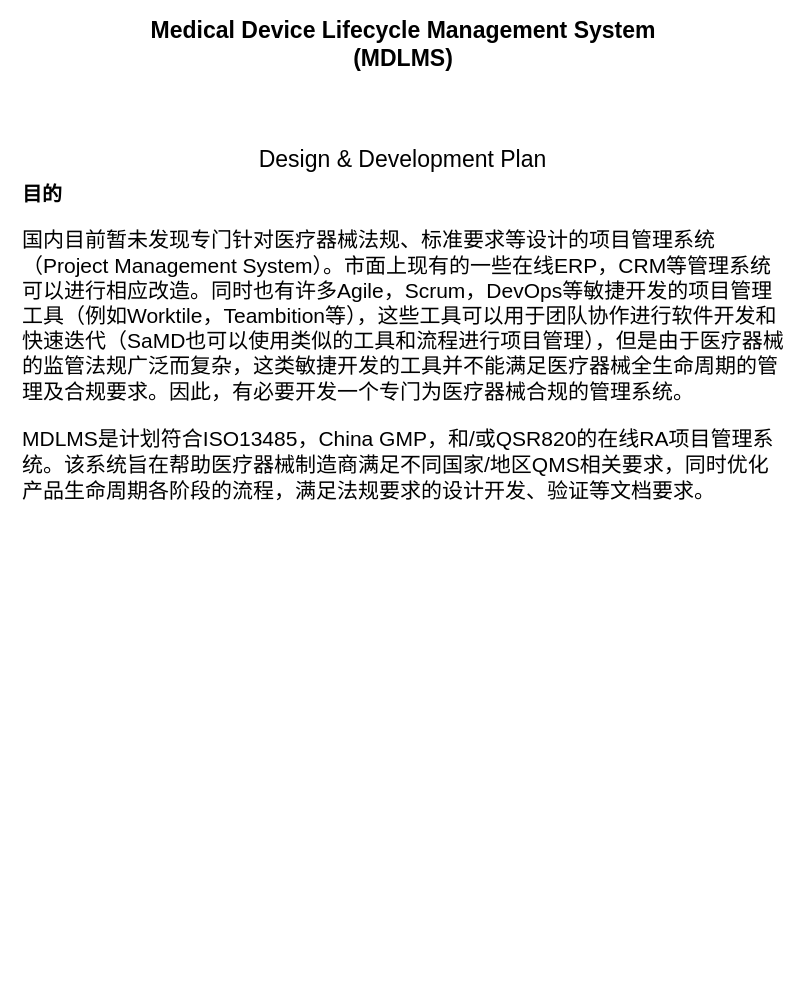
Above: page "Introduction" (1 of 2) of Full lifecycle.drawio in RASAAS/NMPAWORKFLOW (draw.io), before the change. Source tidied: cells renumbered, new cells numbered last; positions are measured from the earlier drawing's top-left corner, leaving out a move shared by most shapes. Both pictures are drawn from the tidied source at 100%, with x=0, y=0 at pixel (17, 39).
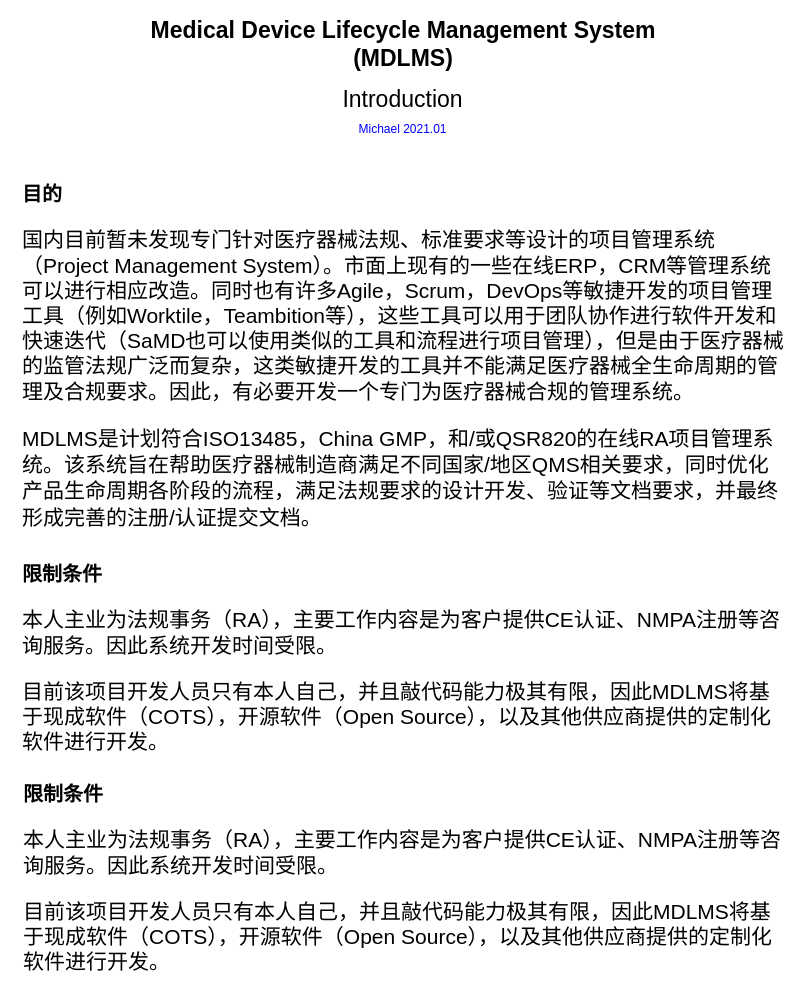
The same page after the edit.

Change to the diagram source:
```diff
@@
 <mxGraphModel>
   <root>
     <mxCell id="0" />
     <mxCell id="1" parent="0" />
     <mxCell id="2" value="Medical Device Lifecycle Management System&lt;br&gt;(MDLMS)" style="rounded=0;whiteSpace=wrap;html=1;fontSize=23;fontStyle=1;strokeColor=none;" parent="1" vertex="1">
       <mxGeometry x="125.5" width="520" height="10" as="geometry" />
     </mxCell>
-    <mxCell id="3" value="Design &amp;amp; Development Plan" style="text;html=1;strokeColor=none;fillColor=none;align=center;verticalAlign=middle;whiteSpace=wrap;rounded=0;fontSize=23;" parent="1" vertex="1">
-      <mxGeometry x="203" y="110" width="365" height="20" as="geometry" />
+    <mxCell id="3" value="Introduction" style="text;html=1;strokeColor=none;fillColor=none;align=center;verticalAlign=middle;whiteSpace=wrap;rounded=0;fontSize=23;" parent="1" vertex="1">
+      <mxGeometry x="203" y="50" width="365" height="20" as="geometry" />
     </mxCell>
-    <mxCell id="4" value="&lt;h1 style=&quot;font-size: 20px&quot;&gt;目的&lt;/h1&gt;&lt;p style=&quot;font-size: 21px&quot;&gt;&lt;span&gt;国内目前暂未发现专门针对医疗器械法规、标准要求等设计的项目管理系统（Project Management System）。市面上现有的一些在线ERP，CRM等管理系统可以进行相应改造。同时也有许多Agile，Scrum，DevOps等敏捷开发的项目管理工具（例如Worktile，Teambition等），这些工具可以用于团队协作进行软件开发和快速迭代（SaMD也可以使用类似的工具和流程进行项目管理），但是由于医疗器械的监管法规广泛而复杂，这类敏捷开发的工具并不能满足医疗器械全生命周期的管理及合规要求。因此，有必要开发一个专门为医疗器械合规的管理系统。&lt;/span&gt;&lt;br&gt;&lt;/p&gt;&lt;p style=&quot;font-size: 22px&quot;&gt;&lt;span style=&quot;font-size: 21px&quot;&gt;MDLMS是计划符合ISO13485，China GMP，和/或QSR820的在线RA项目管理系统。该系统旨在帮助医疗器械制造商满足不同国家/地区QMS相关要求，同时优化产品生命周期各阶段的流程，满足法规要求的设计开发、验证等文档要求。&lt;/span&gt;&lt;br&gt;&lt;/p&gt;" style="text;html=1;strokeColor=none;fillColor=none;spacing=5;spacingTop=-20;whiteSpace=wrap;overflow=hidden;rounded=0;fontSize=22;" parent="1" vertex="1">
+    <mxCell id="4" value="&lt;h1 style=&quot;font-size: 20px&quot;&gt;目的&lt;/h1&gt;&lt;p style=&quot;font-size: 21px&quot;&gt;&lt;span&gt;国内目前暂未发现专门针对医疗器械法规、标准要求等设计的项目管理系统（Project Management System）。市面上现有的一些在线ERP，CRM等管理系统可以进行相应改造。同时也有许多Agile，Scrum，DevOps等敏捷开发的项目管理工具（例如Worktile，Teambition等），这些工具可以用于团队协作进行软件开发和快速迭代（SaMD也可以使用类似的工具和流程进行项目管理），但是由于医疗器械的监管法规广泛而复杂，这类敏捷开发的工具并不能满足医疗器械全生命周期的管理及合规要求。因此，有必要开发一个专门为医疗器械合规的管理系统。&lt;/span&gt;&lt;br&gt;&lt;/p&gt;&lt;p style=&quot;font-size: 22px&quot;&gt;&lt;span style=&quot;font-size: 21px&quot;&gt;MDLMS是计划符合ISO13485，China GMP，和/或QSR820的在线RA项目管理系统。该系统旨在帮助医疗器械制造商满足不同国家/地区QMS相关要求，同时优化产品生命周期各阶段的流程，满足法规要求的设计开发、验证等文档要求，并最终形成完善的注册/认证提交文档。&lt;/span&gt;&lt;br&gt;&lt;/p&gt;" style="text;html=1;strokeColor=none;fillColor=none;spacing=5;spacingTop=-20;whiteSpace=wrap;overflow=hidden;rounded=0;fontSize=22;" parent="1" vertex="1">
       <mxGeometry y="140" width="770" height="380" as="geometry" />
     </mxCell>
+    <mxCell id="5" value="&lt;h1 style=&quot;font-size: 20px&quot;&gt;限制条件&lt;/h1&gt;&lt;p style=&quot;font-size: 21px&quot;&gt;&lt;span&gt;本人主业为法规事务（RA），主要工作内容是为客户提供CE认证、NMPA注册等咨询服务。因此系统开发时间受限。&lt;/span&gt;&lt;br&gt;&lt;/p&gt;&lt;p style=&quot;font-size: 21px&quot;&gt;&lt;span&gt;目前该项目开发人员只有本人自己，并且敲代码能力极其有限，因此MDLMS将基于现成软件（COTS），开源软件（Open Source），以及其他供应商提供的定制化软件进行开发。&lt;/span&gt;&lt;/p&gt;&lt;span style=&quot;font-size: 21px&quot;&gt;&lt;br&gt;&lt;/span&gt;" style="text;html=1;strokeColor=none;fillColor=none;spacing=5;spacingTop=-20;whiteSpace=wrap;overflow=hidden;rounded=0;fontSize=22;" parent="1" vertex="1">
+      <mxGeometry y="520" width="770" height="210" as="geometry" />
+    </mxCell>
+    <mxCell id="6" value="Michael 2021.01" style="text;html=1;align=center;verticalAlign=middle;fontSize=12;fontColor=#0000FF;" parent="1" vertex="1">
+      <mxGeometry x="335" y="80" width="100" height="20" as="geometry" />
+    </mxCell>
+    <mxCell id="7" value="&lt;h1 style=&quot;font-size: 20px&quot;&gt;限制条件&lt;/h1&gt;&lt;p style=&quot;font-size: 21px&quot;&gt;&lt;span&gt;本人主业为法规事务（RA），主要工作内容是为客户提供CE认证、NMPA注册等咨询服务。因此系统开发时间受限。&lt;/span&gt;&lt;br&gt;&lt;/p&gt;&lt;p style=&quot;font-size: 21px&quot;&gt;&lt;span&gt;目前该项目开发人员只有本人自己，并且敲代码能力极其有限，因此MDLMS将基于现成软件（COTS），开源软件（Open Source），以及其他供应商提供的定制化软件进行开发。&lt;/span&gt;&lt;/p&gt;&lt;span style=&quot;font-size: 21px&quot;&gt;&lt;br&gt;&lt;/span&gt;" style="text;html=1;strokeColor=none;fillColor=none;spacing=5;spacingTop=-20;whiteSpace=wrap;overflow=hidden;rounded=0;fontSize=22;" parent="1" vertex="1">
+      <mxGeometry x="0.5" y="740" width="770" height="210" as="geometry" />
+    </mxCell>
   </root>
 </mxGraphModel>
```
